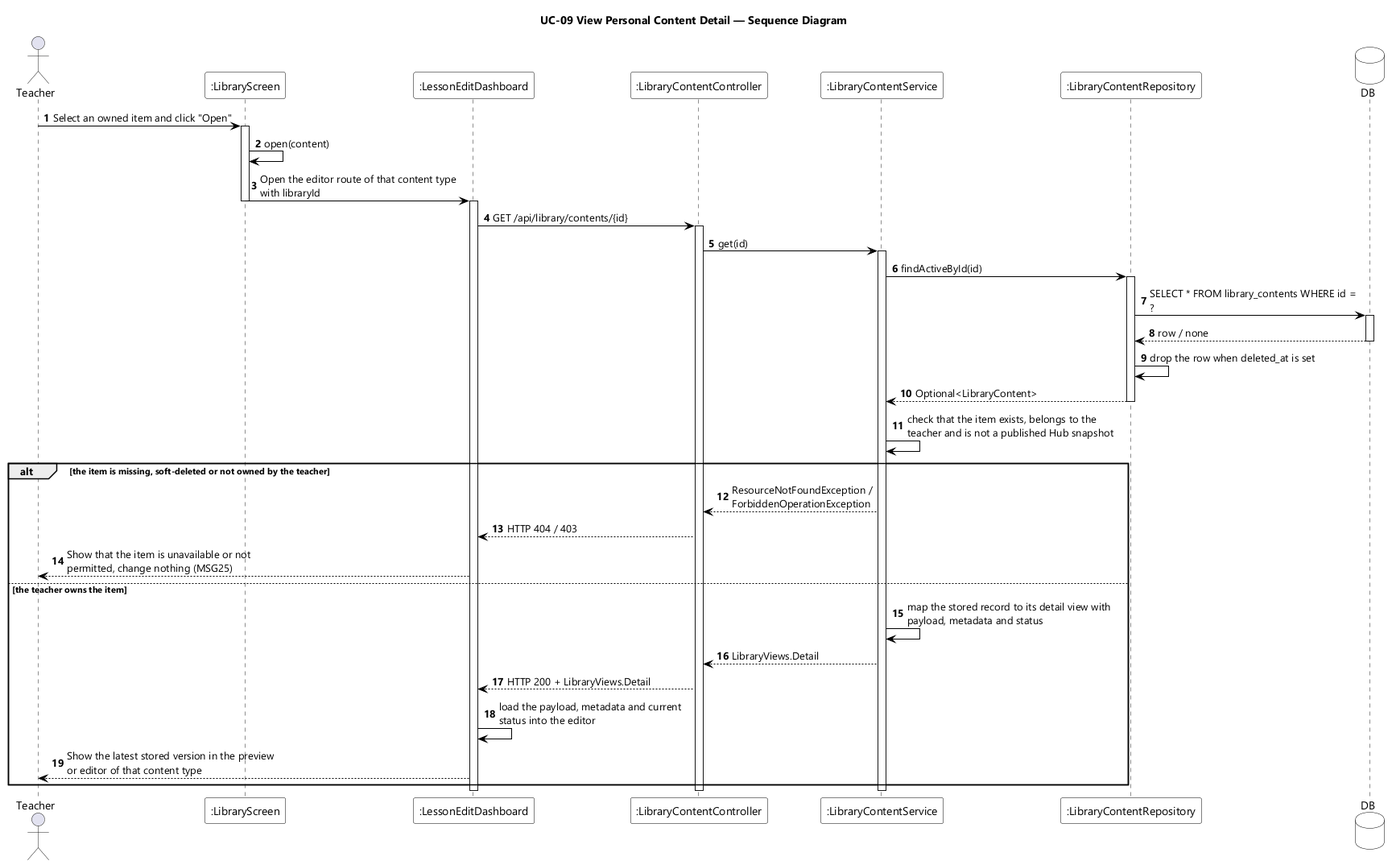
This is designs/sds-diagrams/uc09/uc09-sequence-diagram.png from EduA-system/EduA-system, a PlantUML export, as it was before one commit. Source of this version:
```plantuml
@startuml UC-09 View Personal Content Detail - Sequence Diagram
skinparamlocked dpi 96
skinparam defaultFontName "Segoe UI"
skinparam shadowing false
skinparam ParticipantBackgroundColor #FFFFFF
skinparam ParticipantBorderColor #000000
skinparam DatabaseBackgroundColor #FFFFFF
skinparam DatabaseBorderColor #000000
skinparam ArrowColor #000000
skinparam sequenceMessageAlign left
skinparam maxMessageSize 260
title UC-09 View Personal Content Detail — Sequence Diagram

actor Teacher
participant ":LibraryScreen" as UI
participant ":LessonEditDashboard" as EDT
participant ":LibraryContentController" as CTL
participant ":LibraryContentService" as SVC
participant ":LibraryContentRepository" as REPO
database DB

autonumber
Teacher -> UI : Select an owned item and click "Open"
activate UI
UI -> UI : open(content)
UI -> EDT : Open the editor route of that content type with libraryId
deactivate UI
activate EDT
EDT -> CTL : GET /api/library/contents/{id}
activate CTL
CTL -> SVC : get(id)
activate SVC
SVC -> REPO : findActiveById(id)
activate REPO
REPO -> DB : SELECT * FROM library_contents WHERE id = ?
activate DB
DB --> REPO : row / none
deactivate DB
REPO -> REPO : drop the row when deleted_at is set
REPO --> SVC : Optional<LibraryContent>
deactivate REPO
SVC -> SVC : check that the item exists, belongs to the teacher and is not a published Hub snapshot

alt the item is missing, soft-deleted or not owned by the teacher
  SVC --> CTL : ResourceNotFoundException / ForbiddenOperationException
  CTL --> EDT : HTTP 404 / 403
  EDT --> Teacher : Show that the item is unavailable or not permitted, change nothing (MSG25)
else the teacher owns the item
  SVC -> SVC : map the stored record to its detail view with payload, metadata and status
  SVC --> CTL : LibraryViews.Detail
  CTL --> EDT : HTTP 200 + LibraryViews.Detail
  EDT -> EDT : load the payload, metadata and current status into the editor
  EDT --> Teacher : Show the latest stored version in the preview or editor of that content type
end
deactivate SVC
deactivate CTL
deactivate EDT
@enduml
```
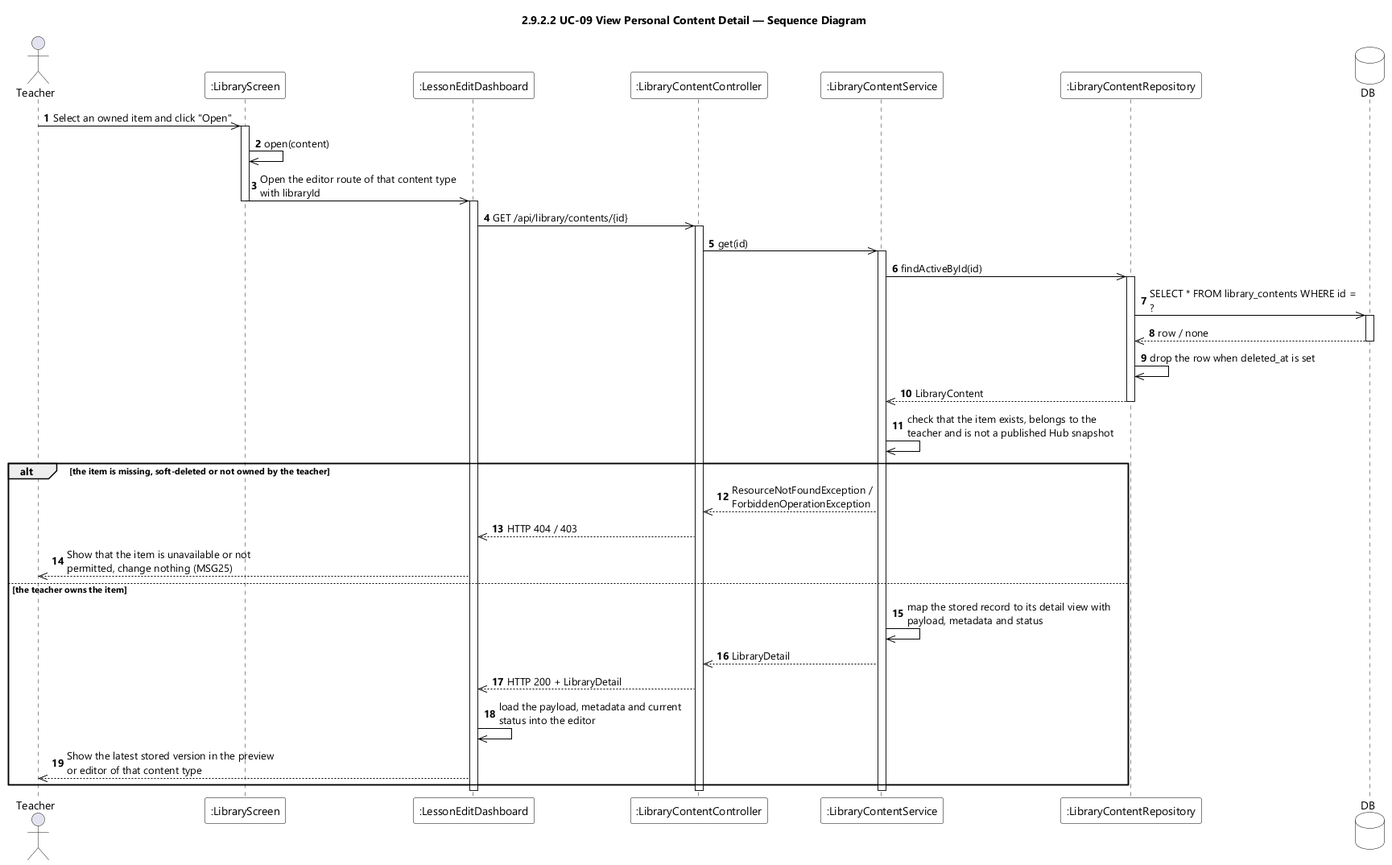
The same file after the commit.

What changed in the source:
```diff
@@ -9,7 +9,7 @@
 skinparam ArrowColor #000000
 skinparam sequenceMessageAlign left
 skinparam maxMessageSize 260
-title UC-09 View Personal Content Detail — Sequence Diagram
+title 2.9.2.2 UC-09 View Personal Content Detail — Sequence Diagram
 
 actor Teacher
 participant ":LibraryScreen" as UI
@@ -20,37 +20,37 @@
 database DB
 
 autonumber
-Teacher -> UI : Select an owned item and click "Open"
+Teacher ->> UI : Select an owned item and click "Open"
 activate UI
-UI -> UI : open(content)
-UI -> EDT : Open the editor route of that content type with libraryId
+UI ->> UI : open(content)
+UI ->> EDT : Open the editor route of that content type with libraryId
 deactivate UI
 activate EDT
-EDT -> CTL : GET /api/library/contents/{id}
+EDT ->> CTL : GET /api/library/contents/{id}
 activate CTL
-CTL -> SVC : get(id)
+CTL ->> SVC : get(id)
 activate SVC
-SVC -> REPO : findActiveById(id)
+SVC ->> REPO : findActiveById(id)
 activate REPO
-REPO -> DB : SELECT * FROM library_contents WHERE id = ?
+REPO ->> DB : SELECT * FROM library_contents WHERE id = ?
 activate DB
-DB --> REPO : row / none
+DB -->> REPO : row / none
 deactivate DB
-REPO -> REPO : drop the row when deleted_at is set
-REPO --> SVC : Optional<LibraryContent>
+REPO ->> REPO : drop the row when deleted_at is set
+REPO -->> SVC : LibraryContent
 deactivate REPO
-SVC -> SVC : check that the item exists, belongs to the teacher and is not a published Hub snapshot
+SVC ->> SVC : check that the item exists, belongs to the teacher and is not a published Hub snapshot
 
 alt the item is missing, soft-deleted or not owned by the teacher
-  SVC --> CTL : ResourceNotFoundException / ForbiddenOperationException
-  CTL --> EDT : HTTP 404 / 403
-  EDT --> Teacher : Show that the item is unavailable or not permitted, change nothing (MSG25)
+  SVC -->> CTL : ResourceNotFoundException / ForbiddenOperationException
+  CTL -->> EDT : HTTP 404 / 403
+  EDT -->> Teacher : Show that the item is unavailable or not permitted, change nothing (MSG25)
 else the teacher owns the item
-  SVC -> SVC : map the stored record to its detail view with payload, metadata and status
-  SVC --> CTL : LibraryViews.Detail
-  CTL --> EDT : HTTP 200 + LibraryViews.Detail
-  EDT -> EDT : load the payload, metadata and current status into the editor
-  EDT --> Teacher : Show the latest stored version in the preview or editor of that content type
+  SVC ->> SVC : map the stored record to its detail view with payload, metadata and status
+  SVC -->> CTL : LibraryDetail
+  CTL -->> EDT : HTTP 200 + LibraryDetail
+  EDT ->> EDT : load the payload, metadata and current status into the editor
+  EDT -->> Teacher : Show the latest stored version in the preview or editor of that content type
 end
 deactivate SVC
 deactivate CTL
```
